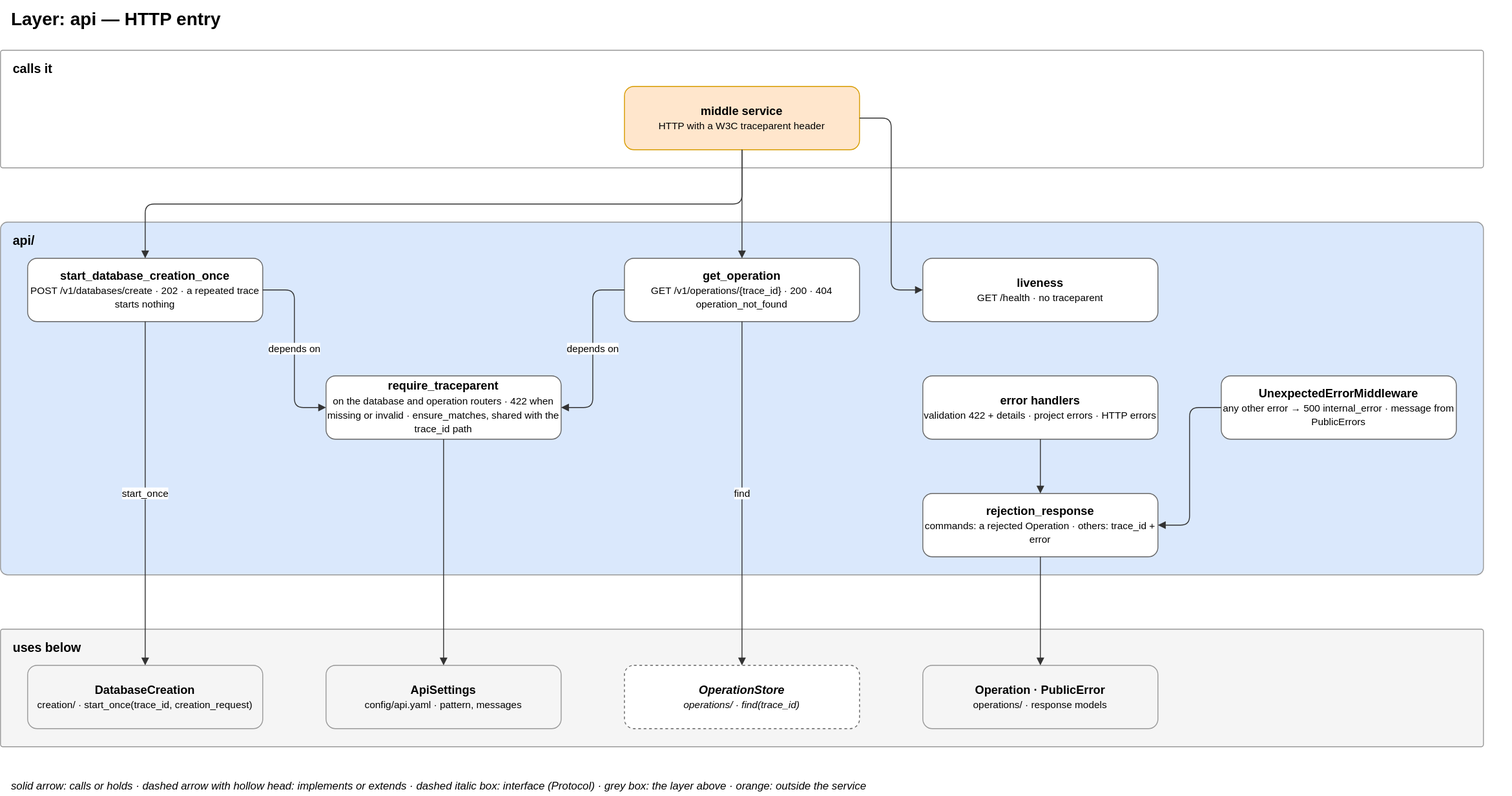
This is docs/diagrams/03-layer-api.drawio.svg from EliShteinman/redis-enterprise-services, a draw.io export, as it was before one commit. Source tidied: cells renumbered, new cells last; positions are measured from the earlier drawing's top-left corner, leaving out a move shared by most shapes.
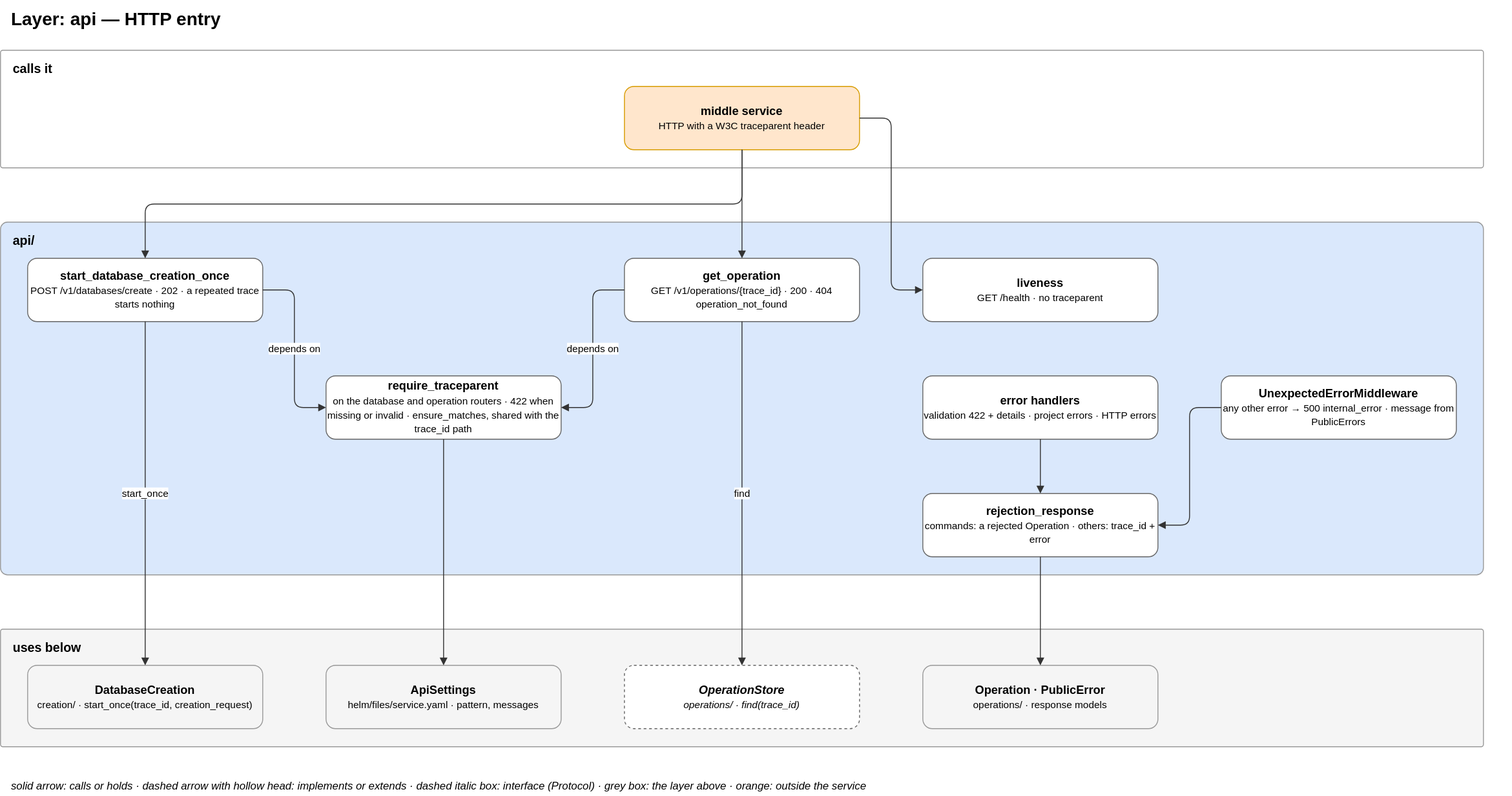
Later version of the same file.

The edit, as a diff of the source:
```diff
@@ -41,7 +41,7 @@
     <mxCell id="14" value="&lt;b&gt;DatabaseCreation&lt;/b&gt;&lt;br&gt;&lt;font style='font-size:11px'&gt;creation/ · start_once(trace_id, creation_request)&lt;/font&gt;" style="rounded=1;whiteSpace=wrap;html=1;fillColor=#f5f5f5;strokeColor=#999999;fontSize=13;" parent="1" vertex="1">
       <mxGeometry x="30" y="735" width="260" height="70" as="geometry" />
     </mxCell>
-    <mxCell id="15" value="&lt;b&gt;ApiSettings&lt;/b&gt;&lt;br&gt;&lt;font style='font-size:11px'&gt;config/api.yaml · pattern, messages&lt;/font&gt;" style="rounded=1;whiteSpace=wrap;html=1;fillColor=#f5f5f5;strokeColor=#999999;fontSize=13;" parent="1" vertex="1">
+    <mxCell id="15" value="&lt;b&gt;ApiSettings&lt;/b&gt;&lt;br&gt;&lt;font style='font-size:11px'&gt;helm/files/service.yaml · pattern, messages&lt;/font&gt;" style="rounded=1;whiteSpace=wrap;html=1;fillColor=#f5f5f5;strokeColor=#999999;fontSize=13;" parent="1" vertex="1">
       <mxGeometry x="360" y="735" width="260" height="70" as="geometry" />
     </mxCell>
     <mxCell id="16" value="&lt;b&gt;OperationStore&lt;/b&gt;&lt;br&gt;&lt;font style='font-size:11px'&gt;operations/ · find(trace_id)&lt;/font&gt;" style="rounded=1;whiteSpace=wrap;html=1;fillColor=#ffffff;strokeColor=#666666;fontSize=13;dashed=1;fontStyle=2;" parent="1" vertex="1">
```
